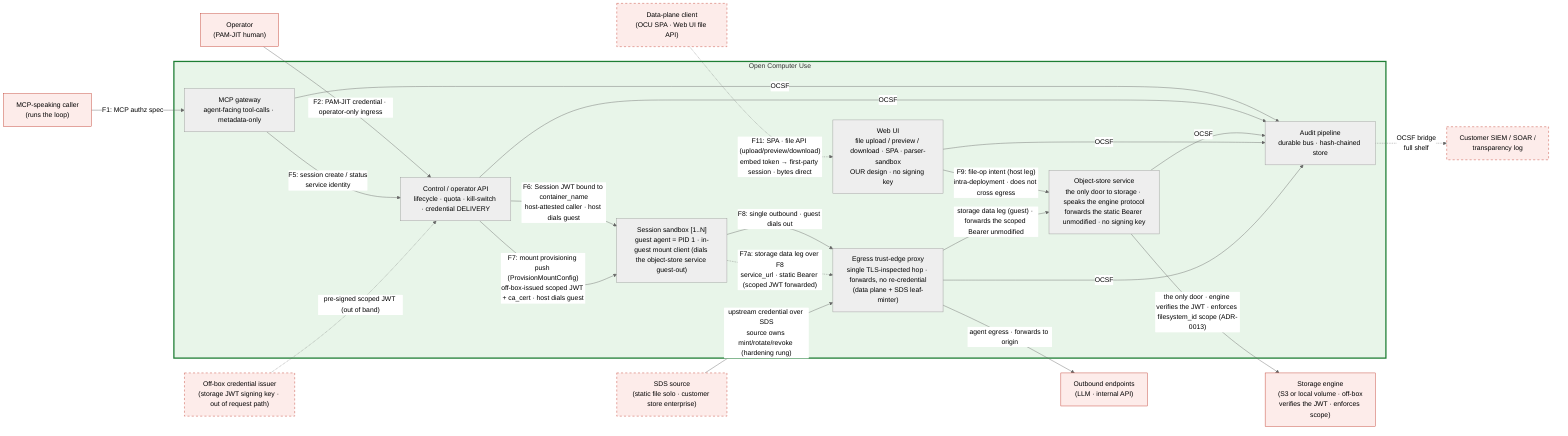
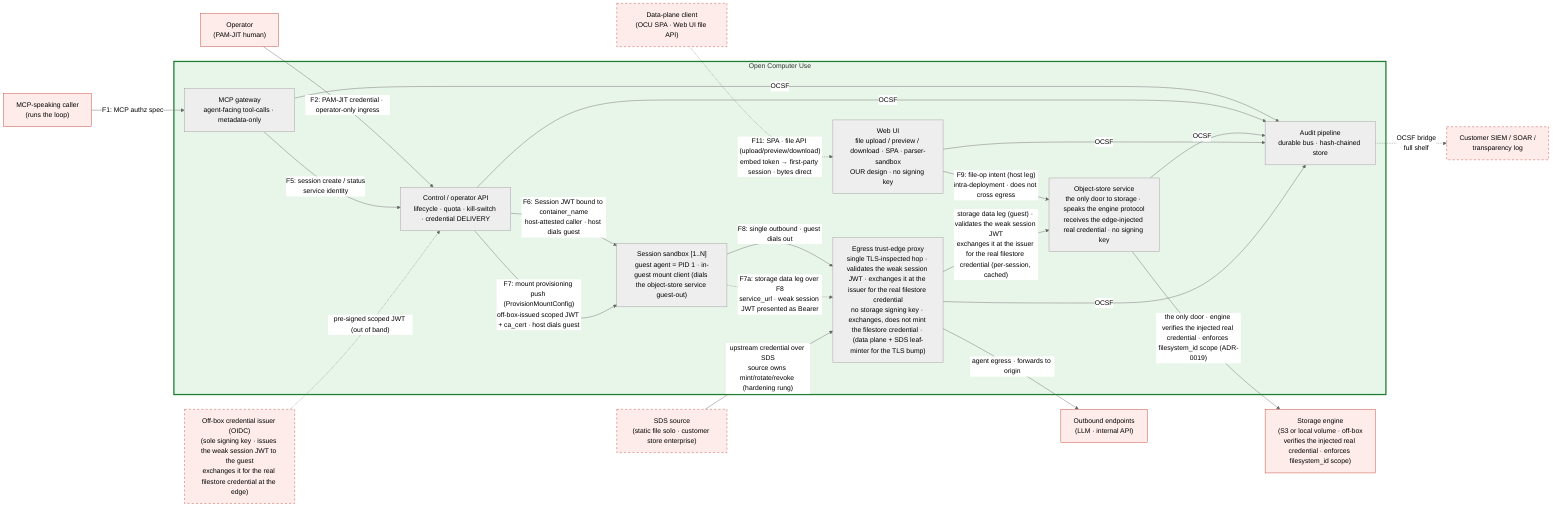
%% SPDX-License-Identifier: FSL-1.1-Apache-2.0
%% Copyright (c) 2025 Open Computer Use Contributors
%% Canonical Layer 6 (C4 Container) diagram. Referenced from docs/architecture/05-c4-container.md.
%% Role names only — no technology names (per CLAUDE.md Diagrams). Tech choice lands in component specs under components/.
%% Containers across the Layer-3 trust zones: the Control plane splits into an agent-facing MCP gateway
%% and an operator/lifecycle API (the kill-switch lives only on the latter); storage is one door — the
%% Object-store service — fronted by the Web UI (host leg) and the in-guest mount client (guest leg), ADR-0015.
%% The count is a then-true observation, not an invariant (05-c4-container.md §1). Substrate differs by shelf (§5).
%% Palette (project convention): red untrusted / green trusted. Amber/blue trust-zone shading is Layer 3 only.

%%{init: {"theme": "neutral"} }%%
flowchart LR

    %% ─── external (drawn for orientation; contracts in 03-c4-context.md §4) ───
    PEER["MCP-speaking caller<br/>(runs the loop)"]:::ext
    OPER["Operator<br/>(PAM-JIT human)"]:::ext
    FILE["Data-plane client<br/>(OCU SPA · Web UI file API)"]:::extOpt
    UPSTREAM["Outbound endpoints<br/>(LLM · internal API)"]:::ext
-     ENGINE["Storage engine<br/>(S3 or local volume · off-box<br/>verifies the JWT · enforces scope)"]:::ext
+     ENGINE["Storage engine<br/>(S3 or local volume · off-box<br/>verifies the injected real credential · enforces filesystem_id scope)"]:::ext
    SINK["Customer SIEM / SOAR /<br/>transparency log"]:::extOpt
    SDS["SDS source<br/>(static file solo · customer store enterprise)"]:::extOpt
-     ISSUER["Off-box credential issuer<br/>(storage JWT signing key · out of request path)"]:::extOpt
+     ISSUER["Off-box credential issuer (OIDC)<br/>(sole signing key · issues the weak session JWT to the guest<br/>exchanges it for the real filestore credential at the edge)"]:::extOpt

    %% ─── containers inside the system under design ───
    subgraph OCU["Open Computer Use"]
        MCPG["MCP gateway<br/>agent-facing tool-calls · metadata-only"]
        CTRL["Control / operator API<br/>lifecycle · quota · kill-switch · credential DELIVERY"]
-         OSS["Object-store service<br/>the only door to storage · speaks the engine protocol<br/>forwards the static Bearer unmodified · no signing key"]
+         OSS["Object-store service<br/>the only door to storage · speaks the engine protocol<br/>receives the edge-injected real credential · no signing key"]
        WEBUI["Web UI<br/>file upload / preview / download · SPA · parser-sandbox<br/>OUR design · no signing key"]
        VM["Session sandbox [1..N]<br/>guest agent = PID 1 · in-guest mount client (dials the object-store service guest-out)"]
-         EDGE["Egress trust-edge proxy<br/>single TLS-inspected hop · forwards, no re-credential<br/>(data plane + SDS leaf-minter)"]
+         EDGE["Egress trust-edge proxy<br/>single TLS-inspected hop · validates the weak session JWT · exchanges it at the issuer for the real filestore credential<br/>no storage signing key · exchanges, does not mint the filestore credential · (data plane + SDS leaf-minter for the TLS bump)"]
        AUD["Audit pipeline<br/>durable bus · hash-chained store"]
    end

    %% ─── inbound (two distinct surfaces of the Control plane; the Web UI fronts E5) ───
    PEER -->|"F1: MCP authz spec"| MCPG
    OPER -->|"F2: PAM-JIT credential · operator-only ingress"| CTRL
    MCPG -->|"F5: session create / status<br/>service identity"| CTRL
    FILE -.->|"F11: SPA · file API (upload/preview/download)<br/>embed token → first-party session · bytes direct"| WEBUI

    %% ─── control + provisioning reach the guest host-side (host dials, guest listens; NFR-SEC-43) ───
    CTRL -->|"F6: Session JWT bound to container_name<br/>host-attested caller · host dials guest"| VM
    CTRL -->|"F7: mount provisioning push (ProvisionMountConfig)<br/>off-box-issued scoped JWT + ca_cert · host dials guest"| VM
    ISSUER -.->|"pre-signed scoped JWT (out of band)"| CTRL

    %% ─── ONE door to storage: both legs reach the Object-store service, and only it speaks to the
    %%     storage engine. Guest leg: in-guest mount client → egress → object-store service → engine.
    %%     Host leg: Web UI → object-store service → engine (F9; does NOT cross the egress hop). ───
    VM -->|"F8: single outbound · guest dials out"| EDGE
-     VM -.->|"F7a: storage data leg over F8<br/>service_url · static Bearer (scoped JWT forwarded)"| EDGE
+     VM -.->|"F7a: storage data leg over F8<br/>service_url · weak session JWT presented as Bearer"| EDGE
    SDS -->|"upstream credential over SDS<br/>source owns mint/rotate/revoke (hardening rung)"| EDGE
    WEBUI -->|"F9: file-op intent (host leg)<br/>intra-deployment · does not cross egress"| OSS
    EDGE -->|"agent egress · forwards to origin"| UPSTREAM
-     EDGE -->|"storage data leg (guest) · forwards the scoped Bearer unmodified"| OSS
-     OSS -->|"the only door · engine verifies the JWT · enforces filesystem_id scope (ADR-0013)"| ENGINE
+     EDGE -->|"storage data leg (guest) · validates the weak session JWT<br/>exchanges it at the issuer for the real filestore credential (per-session, cached)"| OSS
+     OSS -->|"the only door · engine verifies the injected real credential · enforces filesystem_id scope (ADR-0019)"| ENGINE

    %% ─── audit fan-in (host-side containers only; the Session sandbox does NOT emit) ───
    %% A compromised guest can neither reach nor silence the pipeline; host-side
    %% containers author the guest's audit events.
    MCPG -->|OCSF| AUD
    CTRL -->|OCSF| AUD
    OSS -->|OCSF| AUD
    WEBUI -->|OCSF| AUD
    EDGE -->|OCSF| AUD
    AUD -.->|"OCSF bridge<br/>full shelf"| SINK

    %% ─── styling (project palette) ───
    classDef ext fill:#fdecea,stroke:#c0392b,stroke-width:1px;
    classDef extOpt fill:#fdecea,stroke:#c0392b,stroke-dasharray: 5 5;
    style OCU fill:#e8f5e9,stroke:#1e7e34,stroke-width:3px;
